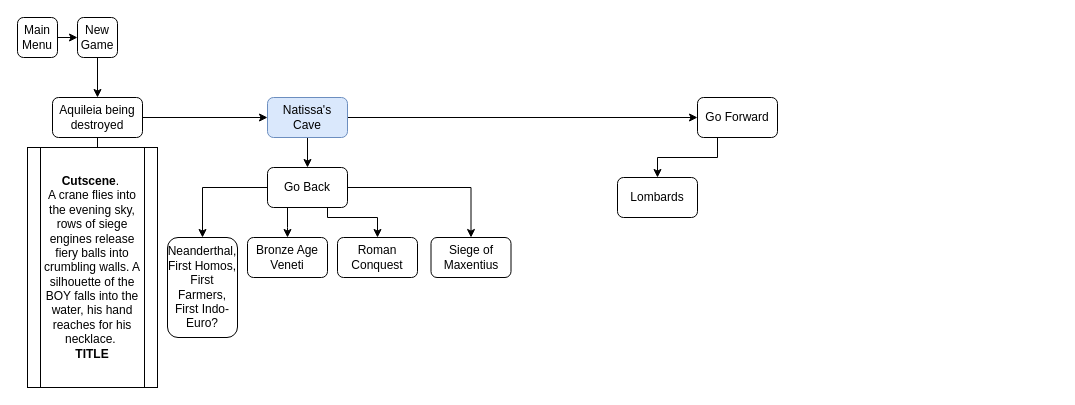
The draw.io diagram page "Narrative" (1 of 2) of Untitled Diagram.drawio in SpencerChamp/akileia, before the edit. Source tidied: cells renumbered, new cells numbered last; positions are measured from the earlier drawing's top-left corner, leaving out a move shared by most shapes. Both pictures are drawn from the tidied source at 100%, with x=0, y=0 at pixel (17, 17).
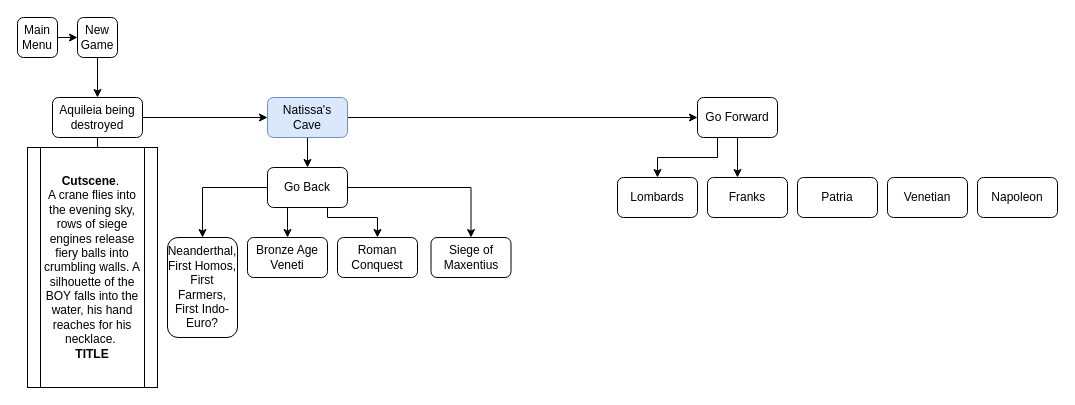
Above is the later version.

Unchanged cells that the change refers to:
```xml
<mxCell id="19" value="Go Forward" style="rounded=1;whiteSpace=wrap;html=1;" parent="1" vertex="1">
  <mxGeometry x="680" y="80" width="80" height="40" as="geometry" />
</mxCell>
```

Diff of the diagram source:
```diff
@@
+    <mxCell id="26" style="edgeStyle=orthogonalEdgeStyle;rounded=0;jettySize=auto;html=1;exitX=0.5;exitY=1;exitDx=0;exitDy=0;" parent="1" edge="1" source="19" target="27">
+      <mxGeometry relative="1" as="geometry">
+        <Array as="points">
+          <mxPoint x="720" y="150" />
+          <mxPoint x="720" y="150" />
+        </Array>
+      </mxGeometry>
+    </mxCell>
@@
+    <mxCell id="27" value="Franks" style="rounded=1;whiteSpace=wrap;html=1;" parent="1" vertex="1">
+      <mxGeometry x="690" y="160" width="80" height="40" as="geometry" />
+    </mxCell>
+    <mxCell id="28" value="Patria" style="rounded=1;whiteSpace=wrap;html=1;" parent="1" vertex="1">
+      <mxGeometry x="780" y="160" width="80" height="40" as="geometry" />
+    </mxCell>
+    <mxCell id="29" value="Venetian" style="rounded=1;whiteSpace=wrap;html=1;" parent="1" vertex="1">
+      <mxGeometry x="870" y="160" width="80" height="40" as="geometry" />
+    </mxCell>
+    <mxCell id="30" value="Napoleon" style="rounded=1;whiteSpace=wrap;html=1;" parent="1" vertex="1">
+      <mxGeometry x="960" y="160" width="80" height="40" as="geometry" />
+    </mxCell>
```
